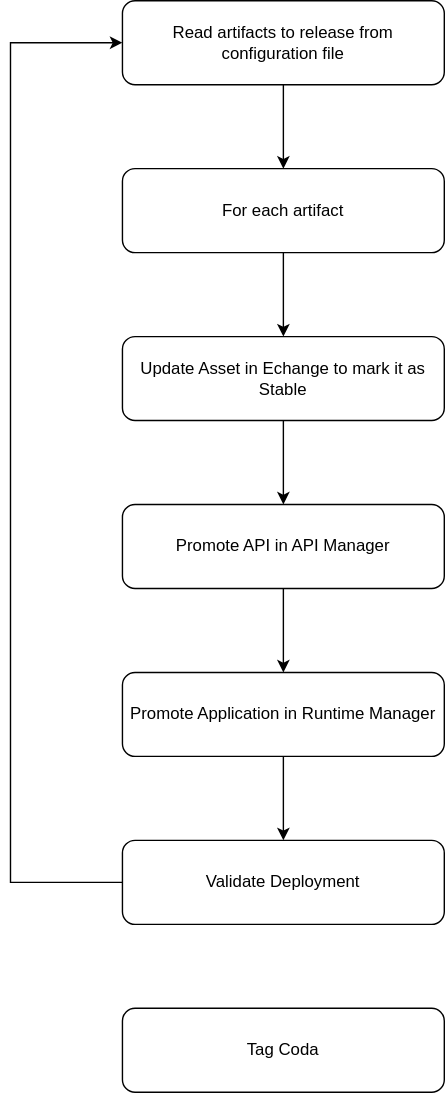
This is architecture/diagrams/ci-cd-design/release.svg from RideXpress/docs, a draw.io export, as it was before one commit. Source tidied: cells renumbered, new cells last; positions are measured from the earlier drawing's top-left corner, leaving out a move shared by most shapes.
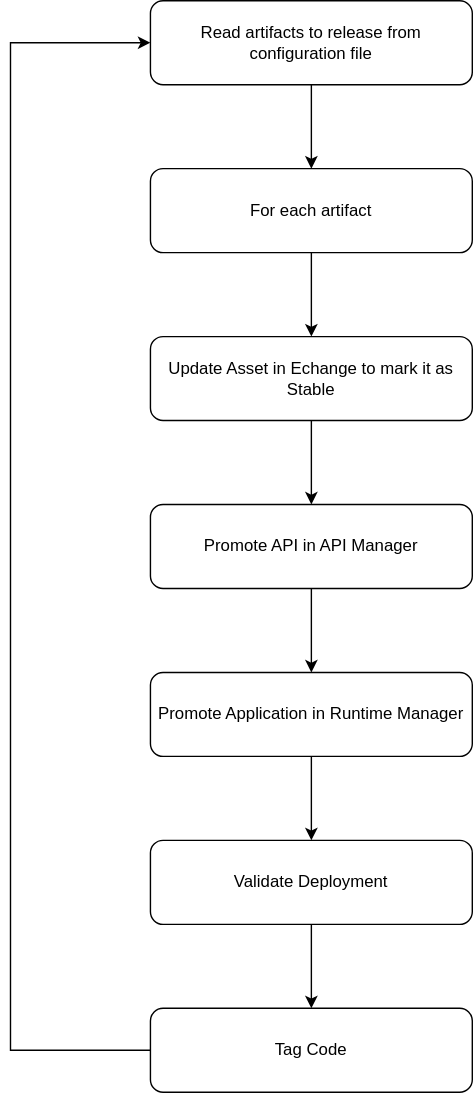
After the commit.

Commit message:
text correction

Change to the diagram source:
```diff
@@ -32,18 +32,21 @@
     <mxCell id="11" value="Promote Application in Runtime Manager" style="rounded=1;whiteSpace=wrap;html=1;" parent="1" vertex="1">
       <mxGeometry x="80" y="480" width="230" height="60" as="geometry" />
     </mxCell>
-    <mxCell id="12" style="edgeStyle=orthogonalEdgeStyle;rounded=0;jettySize=auto;html=1;entryX=0;entryY=0.5;entryDx=0;entryDy=0;" parent="1" edge="1" source="13" target="3">
-      <mxGeometry relative="1" as="geometry">
-        <Array as="points">
-          <mxPoint y="630" />
-          <mxPoint y="30" />
-        </Array>
-      </mxGeometry>
-    </mxCell>
+    <mxCell id="15" style="edgeStyle=orthogonalEdgeStyle;rounded=0;jettySize=auto;html=1;entryX=0.5;entryY=0;entryDx=0;entryDy=0;" parent="1" edge="1" source="13" target="14">
+      <mxGeometry relative="1" as="geometry" />
+    </mxCell>
     <mxCell id="13" value="Validate Deployment" style="rounded=1;whiteSpace=wrap;html=1;" parent="1" vertex="1">
       <mxGeometry x="80" y="600" width="230" height="60" as="geometry" />
     </mxCell>
+    <mxCell id="16" style="edgeStyle=orthogonalEdgeStyle;rounded=0;jettySize=auto;html=1;entryX=0;entryY=0.5;entryDx=0;entryDy=0;" parent="1" edge="1" source="14" target="3">
+      <mxGeometry relative="1" as="geometry">
+        <Array as="points">
+          <mxPoint x="-20" y="750" />
+          <mxPoint x="-20" y="30" />
+        </Array>
+      </mxGeometry>
+    </mxCell>
-    <mxCell id="14" value="Tag Coda" style="rounded=1;whiteSpace=wrap;html=1;" parent="1" vertex="1">
+    <mxCell id="14" value="Tag Code" style="rounded=1;whiteSpace=wrap;html=1;" parent="1" vertex="1">
       <mxGeometry x="80" y="720" width="230" height="60" as="geometry" />
     </mxCell>
   </root>
```
